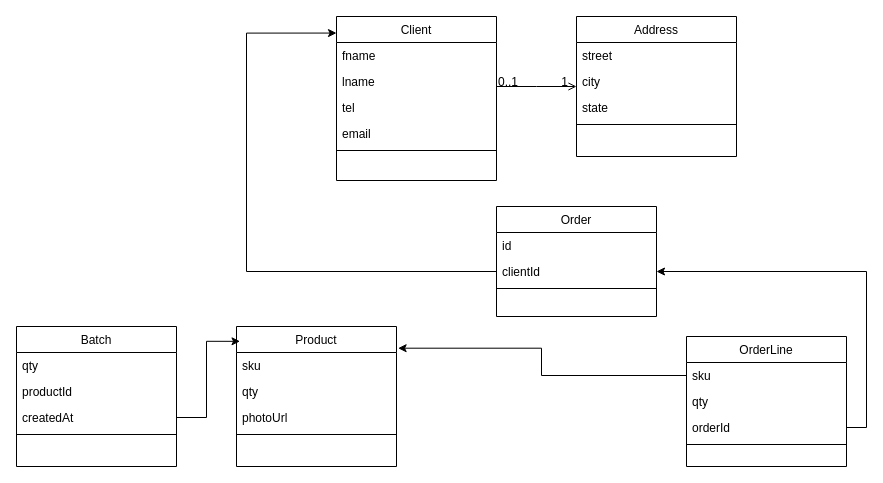
Above: Діаграма без назви.drawio in DaddyStannis/forging-crm (draw.io), before the change. Source tidied: cells renumbered, new cells numbered last; positions are measured from the earlier drawing's top-left corner, leaving out a move shared by most shapes. Both pictures are drawn from the tidied source at 100%, with x=0, y=0 at pixel (16, 16).
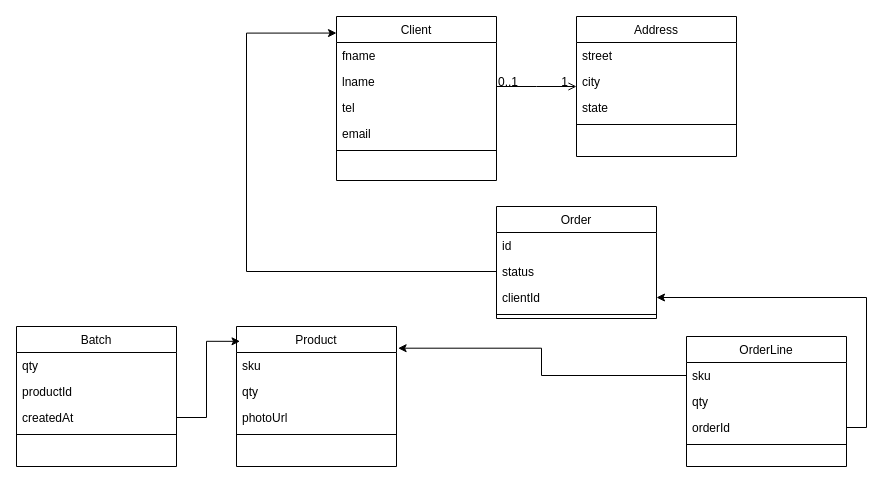
The same diagram, later.

The edit, as a diff of the source:
```diff
@@
     <mxCell id="27" value="Order" style="swimlane;fontStyle=0;align=center;verticalAlign=top;horizontal=1;startSize=26;rounded=0;shadow=0;strokeWidth=1;" parent="1" vertex="1">
-      <mxGeometry x="480" y="190" width="160" height="110" as="geometry" />
+      <mxGeometry x="480" y="190" width="160" height="112" as="geometry" />
     </mxCell>
@@
+    <mxCell id="39" value="status" style="text;align=left;verticalAlign=top;spacingLeft=4;spacingRight=4;overflow=hidden;" parent="27" vertex="1">
+      <mxGeometry y="52" width="160" height="26" as="geometry" />
+    </mxCell>
     <mxCell id="29" value="clientId" style="text;align=left;verticalAlign=top;spacingLeft=4;spacingRight=4;overflow=hidden;points=[[0,0.5],[1,0.5]];portConstraint=eastwest;" parent="27" vertex="1">
-      <mxGeometry y="52" width="160" height="26" as="geometry" />
+      <mxGeometry y="78" width="160" height="26" as="geometry" />
     </mxCell>
     <mxCell id="30" style="line;html=1;strokeWidth=1;align=left;verticalAlign=middle;spacingTop=-1;spacingLeft=3;spacingRight=3;labelPosition=right;" parent="27" vertex="1">
-      <mxGeometry y="78" width="160" height="8" as="geometry" />
+      <mxGeometry y="104" width="160" height="8" as="geometry" />
     </mxCell>
```
